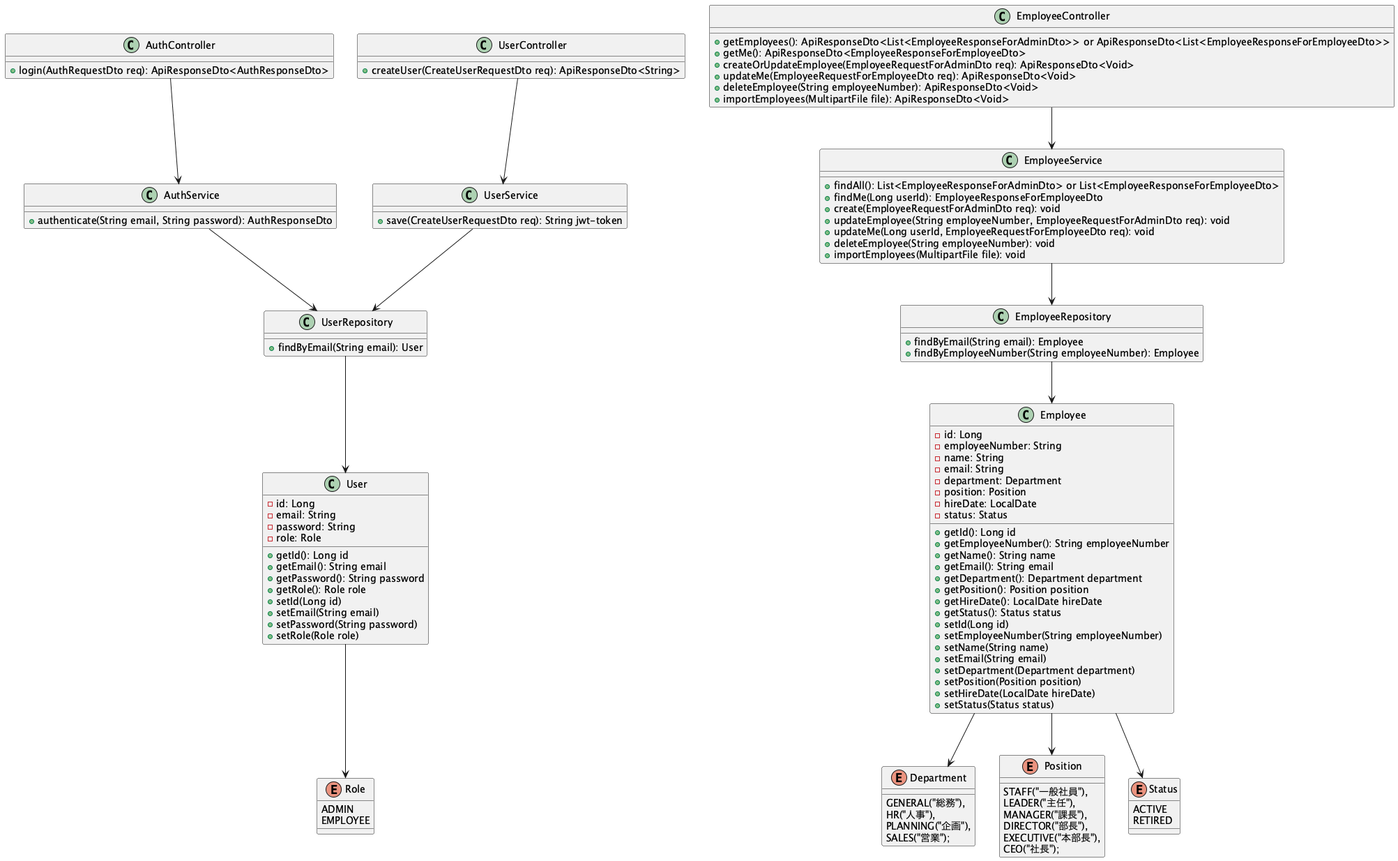
tettamasuyama/group-assignment keeps this PlantUML diagram as uml/img/class/class.png. Above is the earlier version.
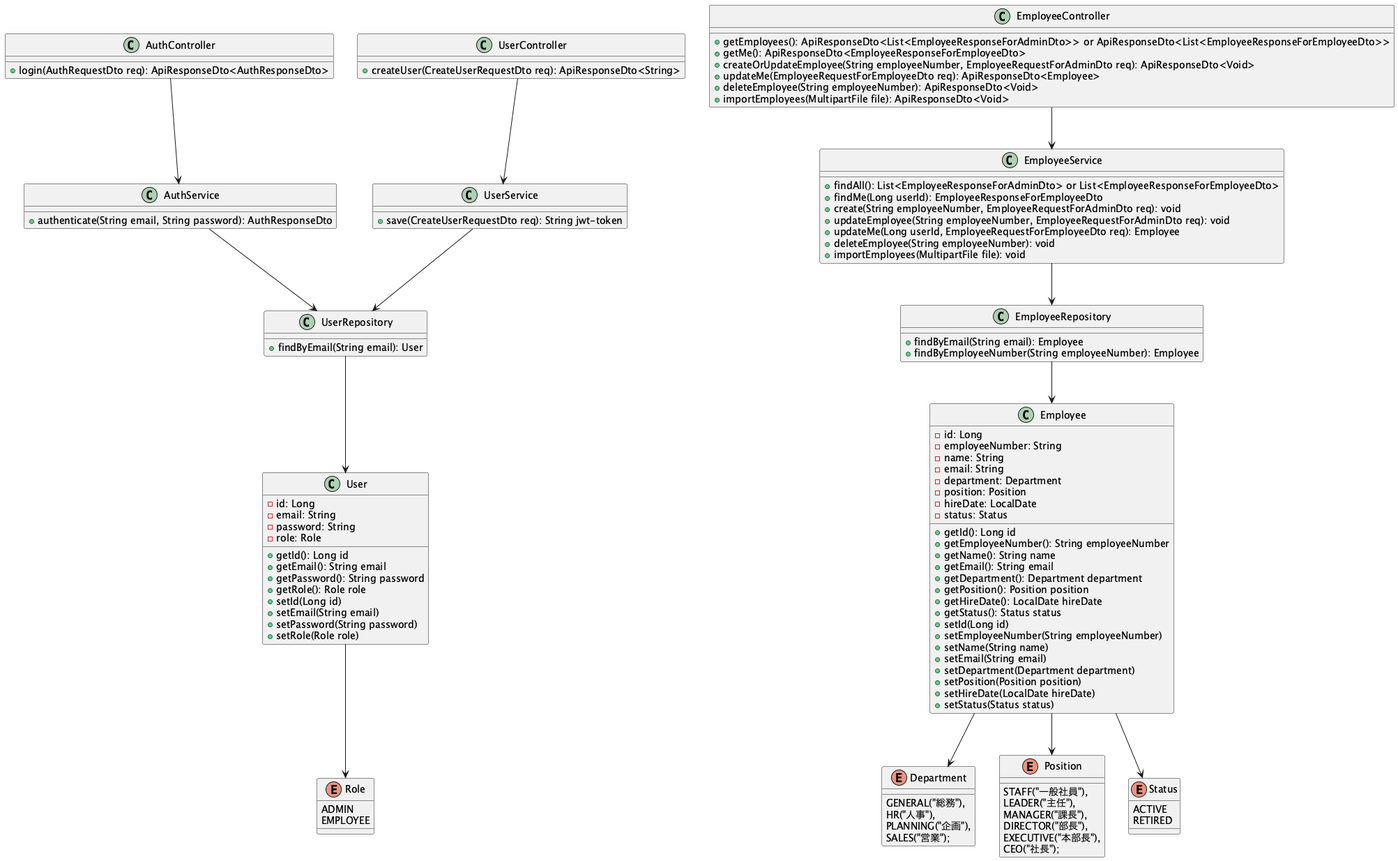
After the commit.

What changed in the source:
```diff
@@ -122,8 +122,8 @@
 class EmployeeController {
   + getEmployees(): ApiResponseDto<List<EmployeeResponseForAdminDto>> or ApiResponseDto<List<EmployeeResponseForEmployeeDto>>
   + getMe(): ApiResponseDto<EmployeeResponseForEmployeeDto>
-  + createOrUpdateEmployee(EmployeeRequestForAdminDto req): ApiResponseDto<Void>
-  + updateMe(EmployeeRequestForEmployeeDto req): ApiResponseDto<Void>
+  + createOrUpdateEmployee(String employeeNumber, EmployeeRequestForAdminDto req): ApiResponseDto<Void>
+  + updateMe(EmployeeRequestForEmployeeDto req): ApiResponseDto<Employee>
   + deleteEmployee(String employeeNumber): ApiResponseDto<Void>
   + importEmployees(MultipartFile file): ApiResponseDto<Void>
 }
@@ -131,9 +131,9 @@
 class EmployeeService {
   + findAll(): List<EmployeeResponseForAdminDto> or List<EmployeeResponseForEmployeeDto>
   + findMe(Long userId): EmployeeResponseForEmployeeDto
-  + create(EmployeeRequestForAdminDto req): void
+  + create(String employeeNumber, EmployeeRequestForAdminDto req): void
   + updateEmployee(String employeeNumber, EmployeeRequestForAdminDto req): void
-  + updateMe(Long userId, EmployeeRequestForEmployeeDto req): void
+  + updateMe(Long userId, EmployeeRequestForEmployeeDto req): Employee
   + deleteEmployee(String employeeNumber): void
   + importEmployees(MultipartFile file): void
 }
```
